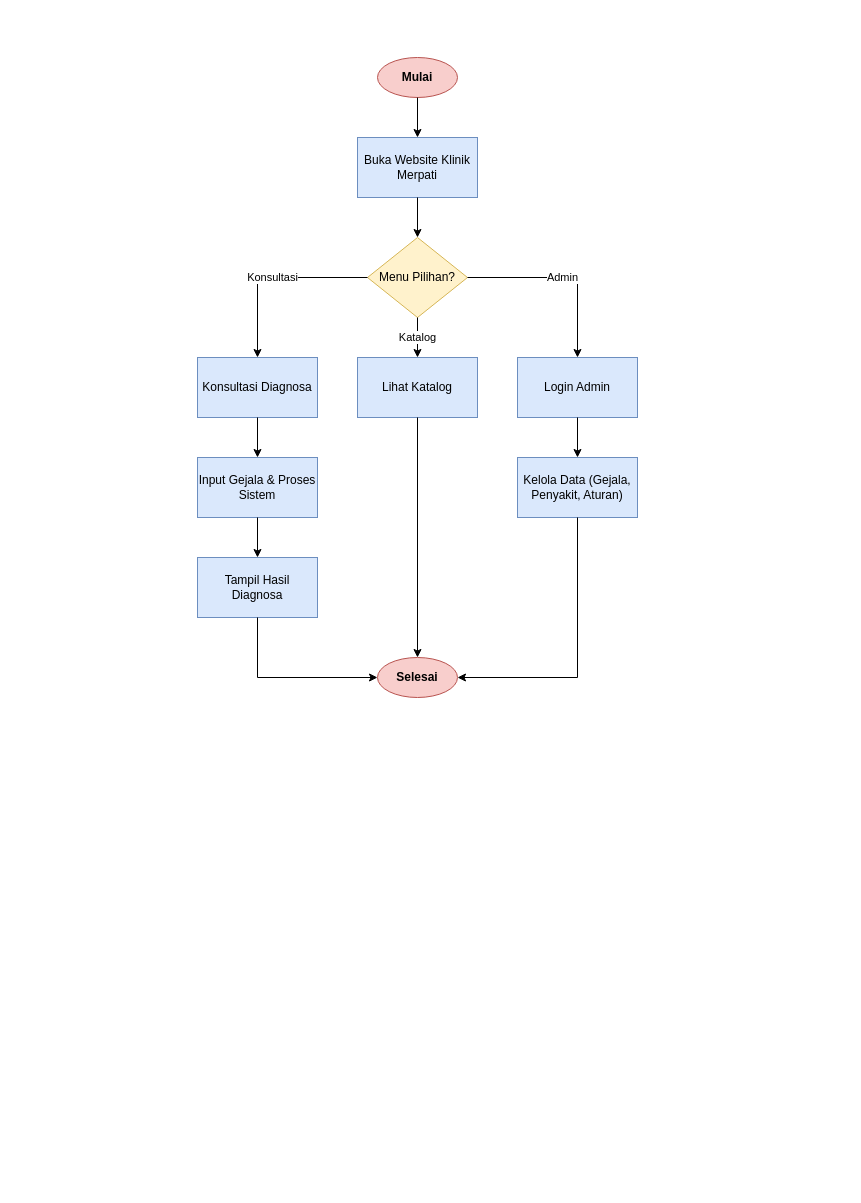
Earlier version of the draw.io diagram diagram/flowchart/sistem_baru.drawio (Jinsky/Jinsky). Source tidied: cells renumbered, new cells numbered last; positions are measured from the earlier drawing's top-left corner, leaving out a move shared by most shapes. Both pictures are drawn from the tidied source at 100%, with x=0, y=0 at pixel (197, 57).
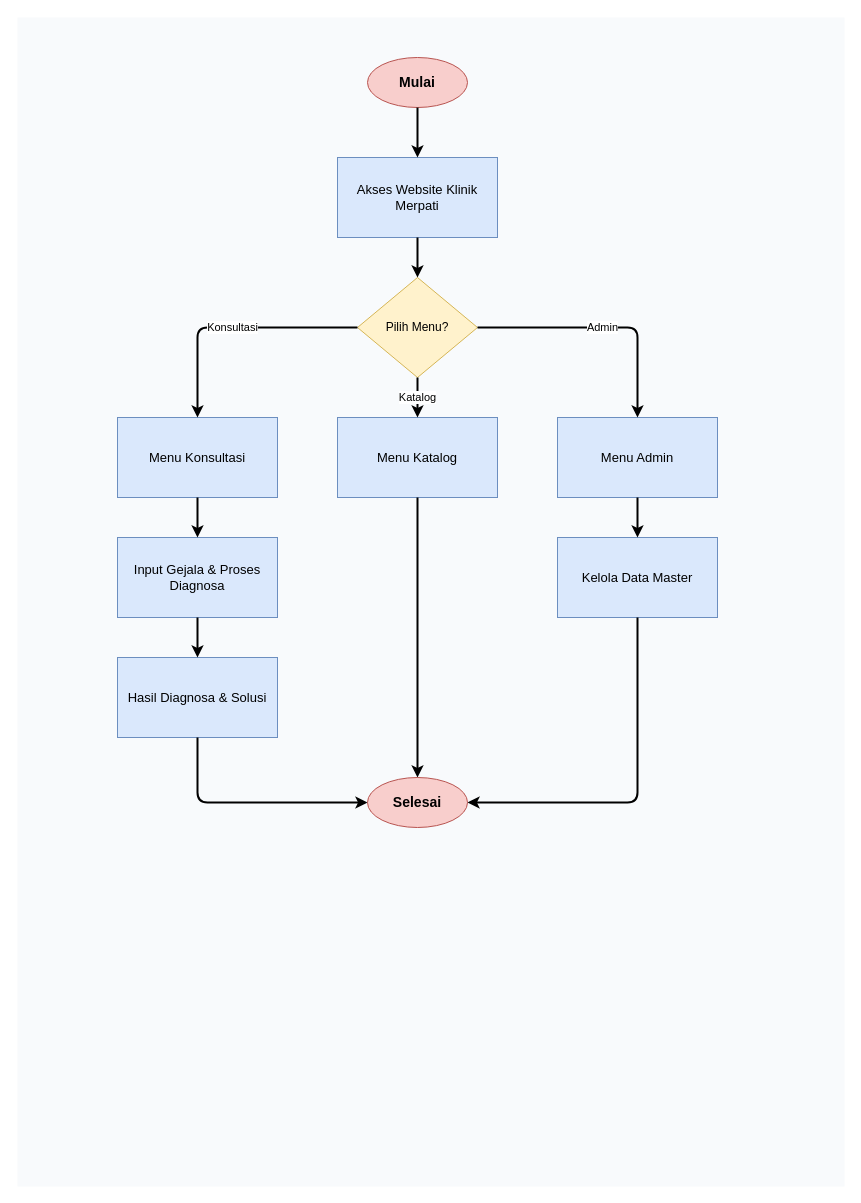
The same page after the edit.

The edit, as a diff of the source:
```diff
@@
-    <mxCell id="2" value="Mulai" style="ellipse;whiteSpace=wrap;html=1;fillColor=#f8cecc;strokeColor=#b85450;fontStyle=1;" parent="1" vertex="1">
-      <mxGeometry x="180" width="80" height="40" as="geometry" />
-    </mxCell>
-    <mxCell id="3" value="Buka Website Klinik Merpati" style="rounded=0;whiteSpace=wrap;html=1;fillColor=#dae8fc;strokeColor=#6c8ebf;" parent="1" vertex="1">
-      <mxGeometry x="160" y="80" width="120" height="60" as="geometry" />
-    </mxCell>
-    <mxCell id="4" value="Menu Pilihan?" style="rhombus;whiteSpace=wrap;html=1;fillColor=#fff2cc;strokeColor=#d6b656;" parent="1" vertex="1">
-      <mxGeometry x="170" y="180" width="100" height="80" as="geometry" />
-    </mxCell>
-    <mxCell id="5" value="Konsultasi Diagnosa" style="rounded=0;whiteSpace=wrap;html=1;fillColor=#dae8fc;strokeColor=#6c8ebf;" parent="1" vertex="1">
-      <mxGeometry y="300" width="120" height="60" as="geometry" />
-    </mxCell>
-    <mxCell id="6" value="Lihat Katalog" style="rounded=0;whiteSpace=wrap;html=1;fillColor=#dae8fc;strokeColor=#6c8ebf;" parent="1" vertex="1">
-      <mxGeometry x="160" y="300" width="120" height="60" as="geometry" />
-    </mxCell>
-    <mxCell id="7" value="Login Admin" style="rounded=0;whiteSpace=wrap;html=1;fillColor=#dae8fc;strokeColor=#6c8ebf;" parent="1" vertex="1">
-      <mxGeometry x="320" y="300" width="120" height="60" as="geometry" />
-    </mxCell>
-    <mxCell id="8" value="Input Gejala &amp; Proses Sistem" style="rounded=0;whiteSpace=wrap;html=1;fillColor=#dae8fc;strokeColor=#6c8ebf;" parent="1" vertex="1">
-      <mxGeometry y="400" width="120" height="60" as="geometry" />
-    </mxCell>
-    <mxCell id="9" value="Tampil Hasil Diagnosa" style="rounded=0;whiteSpace=wrap;html=1;fillColor=#dae8fc;strokeColor=#6c8ebf;" parent="1" vertex="1">
-      <mxGeometry y="500" width="120" height="60" as="geometry" />
-    </mxCell>
-    <mxCell id="10" value="Kelola Data (Gejala, Penyakit, Aturan)" style="rounded=0;whiteSpace=wrap;html=1;fillColor=#dae8fc;strokeColor=#6c8ebf;" parent="1" vertex="1">
-      <mxGeometry x="320" y="400" width="120" height="60" as="geometry" />
-    </mxCell>
-    <mxCell id="11" value="Selesai" style="ellipse;whiteSpace=wrap;html=1;fillColor=#f8cecc;strokeColor=#b85450;fontStyle=1;" parent="1" vertex="1">
-      <mxGeometry x="180" y="600" width="80" height="40" as="geometry" />
-    </mxCell>
+    <mxCell id="23" style="rounded=0;whiteSpace=wrap;html=1;fillColor=#f8fafc;strokeColor=none;" parent="1" vertex="1">
+      <mxGeometry x="-180" y="-40" width="827" height="1169" as="geometry" />
+    </mxCell>
-    <mxCell id="12" style="edgeStyle=orthogonalEdgeStyle;rounded=0;jettySize=auto;html=1;" parent="1" edge="1" source="2" target="3">
-      <mxGeometry relative="1" as="geometry" />
+    <mxCell id="12" value="Mulai" style="ellipse;whiteSpace=wrap;html=1;fillColor=#f8cecc;strokeColor=#b85450;fontStyle=1;fontSize=14;" parent="1" vertex="1">
+      <mxGeometry x="170" width="100" height="50" as="geometry" />
     </mxCell>
-    <mxCell id="13" style="edgeStyle=orthogonalEdgeStyle;rounded=0;jettySize=auto;html=1;" parent="1" edge="1" source="3" target="4">
-      <mxGeometry relative="1" as="geometry" />
+    <mxCell id="13" value="Akses Website Klinik Merpati" style="rounded=0;whiteSpace=wrap;html=1;fillColor=#dae8fc;strokeColor=#6c8ebf;fontSize=13;" parent="1" vertex="1">
+      <mxGeometry x="140" y="100" width="160" height="80" as="geometry" />
     </mxCell>
-    <mxCell id="14" value="Konsultasi" style="edgeStyle=orthogonalEdgeStyle;rounded=0;jettySize=auto;html=1;exitX=0;exitY=0.5;exitDx=0;exitDy=0;entryX=0.5;entryY=0;entryDx=0;entryDy=0;" parent="1" edge="1" source="4" target="5">
-      <mxGeometry relative="1" as="geometry" />
+    <mxCell id="14" value="Pilih Menu?" style="rhombus;whiteSpace=wrap;html=1;fillColor=#fff2cc;strokeColor=#d6b656;fontSize=12;" parent="1" vertex="1">
+      <mxGeometry x="160" y="220" width="120" height="100" as="geometry" />
     </mxCell>
-    <mxCell id="15" value="Katalog" style="edgeStyle=orthogonalEdgeStyle;rounded=0;jettySize=auto;html=1;" parent="1" edge="1" source="4" target="6">
-      <mxGeometry relative="1" as="geometry" />
+    <mxCell id="15" value="Menu Konsultasi" style="rounded=0;whiteSpace=wrap;html=1;fillColor=#dae8fc;strokeColor=#6c8ebf;fontSize=13;" parent="1" vertex="1">
+      <mxGeometry x="-80" y="360" width="160" height="80" as="geometry" />
     </mxCell>
-    <mxCell id="16" value="Admin" style="edgeStyle=orthogonalEdgeStyle;rounded=0;jettySize=auto;html=1;exitX=1;exitY=0.5;exitDx=0;exitDy=0;entryX=0.5;entryY=0;entryDx=0;entryDy=0;" parent="1" edge="1" source="4" target="7">
-      <mxGeometry relative="1" as="geometry" />
+    <mxCell id="16" value="Menu Katalog" style="rounded=0;whiteSpace=wrap;html=1;fillColor=#dae8fc;strokeColor=#6c8ebf;fontSize=13;" parent="1" vertex="1">
+      <mxGeometry x="140" y="360" width="160" height="80" as="geometry" />
     </mxCell>
-    <mxCell id="17" style="edgeStyle=orthogonalEdgeStyle;rounded=0;jettySize=auto;html=1;" parent="1" edge="1" source="5" target="8">
-      <mxGeometry relative="1" as="geometry" />
+    <mxCell id="17" value="Menu Admin" style="rounded=0;whiteSpace=wrap;html=1;fillColor=#dae8fc;strokeColor=#6c8ebf;fontSize=13;" parent="1" vertex="1">
+      <mxGeometry x="360" y="360" width="160" height="80" as="geometry" />
     </mxCell>
-    <mxCell id="18" style="edgeStyle=orthogonalEdgeStyle;rounded=0;jettySize=auto;html=1;" parent="1" edge="1" source="8" target="9">
-      <mxGeometry relative="1" as="geometry" />
+    <mxCell id="18" value="Input Gejala &amp; Proses Diagnosa" style="rounded=0;whiteSpace=wrap;html=1;fillColor=#dae8fc;strokeColor=#6c8ebf;fontSize=13;" parent="1" vertex="1">
+      <mxGeometry x="-80" y="480" width="160" height="80" as="geometry" />
     </mxCell>
-    <mxCell id="19" style="edgeStyle=orthogonalEdgeStyle;rounded=0;jettySize=auto;html=1;exitX=0.5;exitY=1;exitDx=0;exitDy=0;entryX=0;entryY=0.5;entryDx=0;entryDy=0;" parent="1" edge="1" source="9" target="11">
-      <mxGeometry relative="1" as="geometry" />
+    <mxCell id="19" value="Hasil Diagnosa &amp; Solusi" style="rounded=0;whiteSpace=wrap;html=1;fillColor=#dae8fc;strokeColor=#6c8ebf;fontSize=13;" parent="1" vertex="1">
+      <mxGeometry x="-80" y="600" width="160" height="80" as="geometry" />
     </mxCell>
-    <mxCell id="20" style="edgeStyle=orthogonalEdgeStyle;rounded=0;jettySize=auto;html=1;" parent="1" edge="1" source="6" target="11">
-      <mxGeometry relative="1" as="geometry" />
+    <mxCell id="20" value="Kelola Data Master" style="rounded=0;whiteSpace=wrap;html=1;fillColor=#dae8fc;strokeColor=#6c8ebf;fontSize=13;" parent="1" vertex="1">
+      <mxGeometry x="360" y="480" width="160" height="80" as="geometry" />
     </mxCell>
-    <mxCell id="21" style="edgeStyle=orthogonalEdgeStyle;rounded=0;jettySize=auto;html=1;" parent="1" edge="1" source="7" target="10">
-      <mxGeometry relative="1" as="geometry" />
+    <mxCell id="21" value="Selesai" style="ellipse;whiteSpace=wrap;html=1;fillColor=#f8cecc;strokeColor=#b85450;fontStyle=1;fontSize=14;" parent="1" vertex="1">
+      <mxGeometry x="170" y="720" width="100" height="50" as="geometry" />
     </mxCell>
-    <mxCell id="22" style="edgeStyle=orthogonalEdgeStyle;rounded=0;jettySize=auto;html=1;exitX=0.5;exitY=1;exitDx=0;exitDy=0;entryX=1;entryY=0.5;entryDx=0;entryDy=0;" parent="1" edge="1" source="10" target="11">
-      <mxGeometry relative="1" as="geometry" />
-    </mxCell>
+    <mxCell id="24" style="edgeStyle=orthogonalEdgeStyle;rounded=1;jettySize=auto;html=1;strokeWidth=2;fontSize=11;" parent="1" edge="1" source="12" target="13">
+      <mxGeometry relative="1" as="geometry" />
+    </mxCell>
+    <mxCell id="25" style="edgeStyle=orthogonalEdgeStyle;rounded=1;jettySize=auto;html=1;strokeWidth=2;fontSize=11;" parent="1" edge="1" source="13" target="14">
+      <mxGeometry relative="1" as="geometry" />
+    </mxCell>
+    <mxCell id="26" value="Konsultasi" style="edgeStyle=orthogonalEdgeStyle;rounded=1;jettySize=auto;html=1;strokeWidth=2;fontSize=11;exitX=0;exitY=0.5;exitDx=0;exitDy=0;entryX=0.5;entryY=0;entryDx=0;entryDy=0;" parent="1" edge="1" source="14" target="15">
+      <mxGeometry relative="1" as="geometry" />
+    </mxCell>
+    <mxCell id="27" value="Katalog" style="edgeStyle=orthogonalEdgeStyle;rounded=1;jettySize=auto;html=1;strokeWidth=2;fontSize=11;" parent="1" edge="1" source="14" target="16">
+      <mxGeometry relative="1" as="geometry" />
+    </mxCell>
+    <mxCell id="28" value="Admin" style="edgeStyle=orthogonalEdgeStyle;rounded=1;jettySize=auto;html=1;strokeWidth=2;fontSize=11;exitX=1;exitY=0.5;exitDx=0;exitDy=0;entryX=0.5;entryY=0;entryDx=0;entryDy=0;" parent="1" edge="1" source="14" target="17">
+      <mxGeometry relative="1" as="geometry" />
+    </mxCell>
+    <mxCell id="29" style="edgeStyle=orthogonalEdgeStyle;rounded=1;jettySize=auto;html=1;strokeWidth=2;fontSize=11;" parent="1" edge="1" source="15" target="18">
+      <mxGeometry relative="1" as="geometry" />
+    </mxCell>
+    <mxCell id="30" style="edgeStyle=orthogonalEdgeStyle;rounded=1;jettySize=auto;html=1;strokeWidth=2;fontSize=11;" parent="1" edge="1" source="18" target="19">
+      <mxGeometry relative="1" as="geometry" />
+    </mxCell>
+    <mxCell id="31" style="edgeStyle=orthogonalEdgeStyle;rounded=1;jettySize=auto;html=1;strokeWidth=2;fontSize=11;exitX=0.5;exitY=1;exitDx=0;exitDy=0;entryX=0;entryY=0.5;entryDx=0;entryDy=0;" parent="1" edge="1" source="19" target="21">
+      <mxGeometry relative="1" as="geometry" />
+    </mxCell>
+    <mxCell id="32" style="edgeStyle=orthogonalEdgeStyle;rounded=1;jettySize=auto;html=1;strokeWidth=2;fontSize=11;" parent="1" edge="1" source="16" target="21">
+      <mxGeometry relative="1" as="geometry" />
+    </mxCell>
+    <mxCell id="33" style="edgeStyle=orthogonalEdgeStyle;rounded=1;jettySize=auto;html=1;strokeWidth=2;fontSize=11;" parent="1" edge="1" source="17" target="20">
+      <mxGeometry relative="1" as="geometry" />
+    </mxCell>
+    <mxCell id="34" style="edgeStyle=orthogonalEdgeStyle;rounded=1;jettySize=auto;html=1;strokeWidth=2;fontSize=11;exitX=0.5;exitY=1;exitDx=0;exitDy=0;entryX=1;entryY=0.5;entryDx=0;entryDy=0;" parent="1" edge="1" source="20" target="21">
+      <mxGeometry relative="1" as="geometry" />
+    </mxCell>
```
